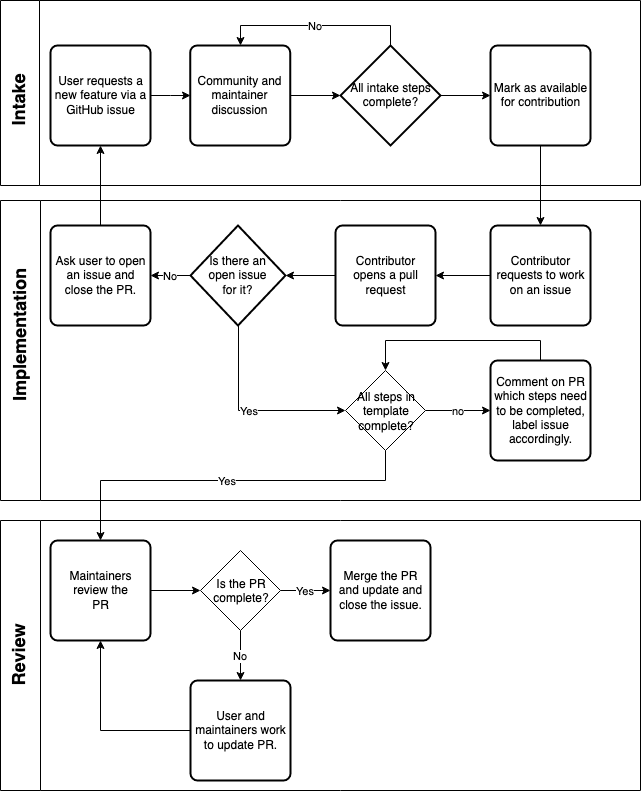
Above: proposals/contrib-guide-high-level.png in kdaily/aws-cli (draw.io), before the change. Source tidied: cells renumbered, new cells last; positions are measured from the earlier drawing's top-left corner, leaving out a move shared by most shapes.
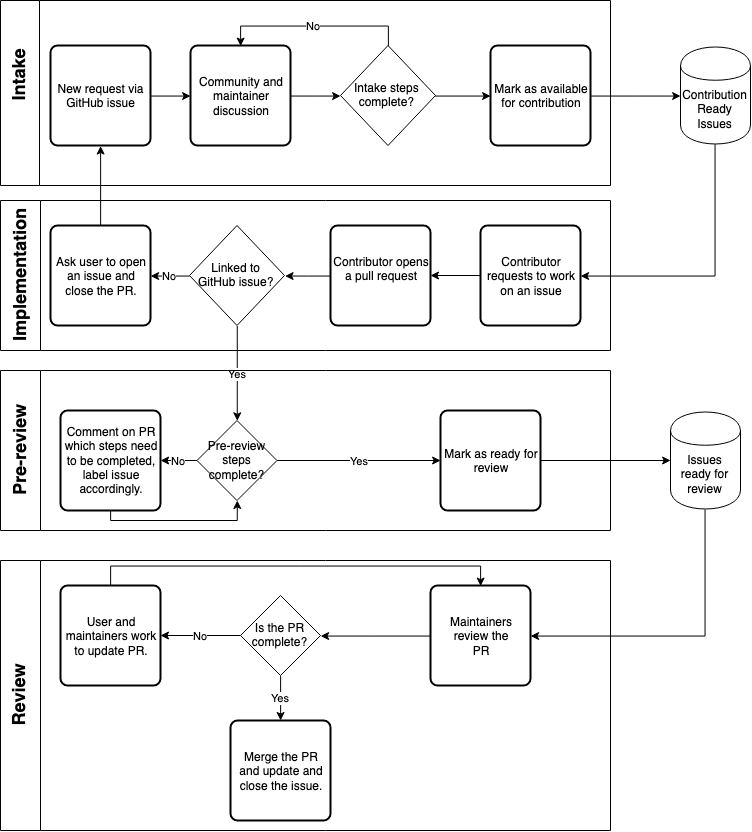
Above is the later version.

Commit message:
add figure with swim lane concept

Diff of the diagram source:
```diff
@@ -8,120 +8,149 @@
       </mxGeometry>
     </mxCell>
     <mxCell id="3" style="swimlane;startSize=39;direction=north;" parent="1" vertex="1">
-      <mxGeometry width="640" height="185" as="geometry" />
+      <mxGeometry width="610" height="185" as="geometry" />
     </mxCell>
-    <mxCell id="4" value="&lt;font style=&quot;font-size: 18px&quot;&gt;&lt;b&gt;Intake&lt;/b&gt;&lt;/font&gt;" style="text;html=1;strokeColor=none;fillColor=none;align=center;verticalAlign=middle;whiteSpace=wrap;rounded=0;rotation=-90;" parent="3" vertex="1">
-      <mxGeometry y="90" width="40" height="20" as="geometry" />
-    </mxCell>
-    <mxCell id="5" value="User requests a new feature via a GitHub issue" style="rounded=1;whiteSpace=wrap;html=1;absoluteArcSize=1;arcSize=14;strokeWidth=2;" parent="3" vertex="1">
-      <mxGeometry x="50" y="45" width="100" height="100" as="geometry" />
-    </mxCell>
+    <mxCell id="40" value="&lt;div&gt;Intake steps&lt;/div&gt;&lt;div&gt;complete?&lt;/div&gt;" style="shape=rhombus;html=1;dashed=0;whitespace=wrap;perimeter=rhombusPerimeter;" parent="3" vertex="1">
+      <mxGeometry x="340" y="45" width="95" height="100" as="geometry" />
+    </mxCell>
     <mxCell id="6" value="Community and maintainer discussion" style="rounded=1;whiteSpace=wrap;html=1;absoluteArcSize=1;arcSize=14;strokeWidth=2;" parent="3" vertex="1">
-      <mxGeometry x="189.7" y="45" width="100" height="100" as="geometry" />
+      <mxGeometry x="190" y="45" width="100" height="100" as="geometry" />
     </mxCell>
-    <mxCell id="7" style="edgeStyle=orthogonalEdgeStyle;rounded=0;jettySize=auto;html=1;exitX=1;exitY=0.5;exitDx=0;exitDy=0;entryX=0;entryY=0.5;entryDx=0;entryDy=0;" parent="3" edge="1" source="5" target="6">
-      <mxGeometry relative="1" as="geometry" />
-    </mxCell>
-    <mxCell id="8" value="No" style="edgeStyle=orthogonalEdgeStyle;rounded=0;jettySize=auto;html=1;exitX=0.5;exitY=0;exitDx=0;exitDy=0;exitPerimeter=0;entryX=0.5;entryY=0;entryDx=0;entryDy=0;" parent="3" edge="1" source="10" target="6">
+    <mxCell id="8" value="No" style="edgeStyle=orthogonalEdgeStyle;rounded=0;jettySize=auto;html=1;entryX=0.5;entryY=0;entryDx=0;entryDy=0;exitX=0.5;exitY=0;exitDx=0;exitDy=0;" parent="3" edge="1" source="40" target="6">
       <mxGeometry relative="1" as="geometry" />
     </mxCell>
-    <mxCell id="9" style="edgeStyle=orthogonalEdgeStyle;rounded=0;jettySize=auto;html=1;entryX=0;entryY=0.5;entryDx=0;entryDy=0;" parent="3" edge="1" source="10" target="12">
-      <mxGeometry relative="1" as="geometry" />
-    </mxCell>
-    <mxCell id="10" value="All intake steps complete?" style="strokeWidth=2;html=1;shape=mxgraph.flowchart.decision;whiteSpace=wrap;" parent="3" vertex="1">
-      <mxGeometry x="340" y="45" width="100" height="100" as="geometry" />
-    </mxCell>
-    <mxCell id="11" style="edgeStyle=orthogonalEdgeStyle;rounded=0;jettySize=auto;html=1;entryX=0;entryY=0.5;entryDx=0;entryDy=0;entryPerimeter=0;" parent="3" edge="1" source="6" target="10">
+    <mxCell id="11" style="edgeStyle=orthogonalEdgeStyle;rounded=0;jettySize=auto;html=1;entryX=0;entryY=0.5;entryDx=0;entryDy=0;" parent="3" edge="1" source="6" target="40">
       <mxGeometry relative="1" as="geometry" />
     </mxCell>
-    <mxCell id="12" value="Mark as available for contribution" style="rounded=1;whiteSpace=wrap;html=1;absoluteArcSize=1;arcSize=14;strokeWidth=2;" parent="3" vertex="1">
-      <mxGeometry x="490" y="45" width="100" height="100" as="geometry" />
-    </mxCell>
     <mxCell id="13" style="swimlane;startSize=40;direction=north;" parent="1" vertex="1">
-      <mxGeometry y="200" width="640" height="300" as="geometry" />
+      <mxGeometry y="200" width="610" height="150" as="geometry" />
     </mxCell>
     <mxCell id="14" value="&lt;font style=&quot;font-size: 18px&quot;&gt;&lt;b&gt;Implementation&lt;/b&gt;&lt;/font&gt;" style="text;html=1;strokeColor=none;fillColor=none;align=center;verticalAlign=middle;whiteSpace=wrap;rounded=0;rotation=-90;" parent="13" vertex="1">
-      <mxGeometry y="125" width="40" height="20" as="geometry" />
+      <mxGeometry y="65" width="40" height="20" as="geometry" />
     </mxCell>
-    <mxCell id="15" value="&lt;div&gt;Yes&lt;/div&gt;" style="edgeStyle=orthogonalEdgeStyle;rounded=0;jettySize=auto;html=1;entryX=0;entryY=0.5;entryDx=0;entryDy=0;exitX=0.5;exitY=1;exitDx=0;exitDy=0;exitPerimeter=0;" parent="13" edge="1" source="16" target="26">
-      <mxGeometry relative="1" as="geometry" />
-    </mxCell>
-    <mxCell id="16" value="&lt;div&gt;Is there an&lt;/div&gt;&lt;div&gt;open issue&lt;/div&gt;&lt;div&gt;for it?&lt;/div&gt;" style="strokeWidth=2;html=1;shape=mxgraph.flowchart.decision;whiteSpace=wrap;" parent="13" vertex="1">
-      <mxGeometry x="190" y="25" width="95" height="100" as="geometry" />
-    </mxCell>
+    <mxCell id="41" value="&lt;div&gt;Linked to&lt;/div&gt;&lt;div&gt;GitHub issue?&lt;/div&gt;" style="shape=rhombus;html=1;dashed=0;whitespace=wrap;perimeter=rhombusPerimeter;" parent="13" vertex="1">
+      <mxGeometry x="189" y="25" width="95" height="100" as="geometry" />
+    </mxCell>
+    <mxCell id="18" value="Contributor requests to work on an issue" style="rounded=1;whiteSpace=wrap;html=1;absoluteArcSize=1;arcSize=14;strokeWidth=2;" parent="13" vertex="1">
+      <mxGeometry x="480" y="25" width="100" height="100" as="geometry" />
+    </mxCell>
+    <mxCell id="20" value="Contributor opens a pull request" style="rounded=1;whiteSpace=wrap;html=1;absoluteArcSize=1;arcSize=14;strokeWidth=2;" parent="13" vertex="1">
+      <mxGeometry x="330" y="25" width="100" height="100" as="geometry" />
+    </mxCell>
     <mxCell id="17" style="edgeStyle=orthogonalEdgeStyle;rounded=0;jettySize=auto;html=1;" parent="13" edge="1" source="18" target="20">
       <mxGeometry relative="1" as="geometry" />
     </mxCell>
-    <mxCell id="18" value="Contributor requests to work on an issue" style="rounded=1;whiteSpace=wrap;html=1;absoluteArcSize=1;arcSize=14;strokeWidth=2;" parent="13" vertex="1">
-      <mxGeometry x="490" y="25" width="100" height="100" as="geometry" />
-    </mxCell>
-    <mxCell id="19" style="edgeStyle=orthogonalEdgeStyle;rounded=0;jettySize=auto;html=1;entryX=1;entryY=0.5;entryDx=0;entryDy=0;entryPerimeter=0;" parent="13" edge="1" source="20" target="16">
+    <mxCell id="19" style="edgeStyle=orthogonalEdgeStyle;rounded=0;jettySize=auto;html=1;entryX=1;entryY=0.5;entryDx=0;entryDy=0;" parent="13" edge="1" source="20" target="41">
       <mxGeometry relative="1" as="geometry" />
     </mxCell>
-    <mxCell id="20" value="Contributor opens a pull request" style="rounded=1;whiteSpace=wrap;html=1;absoluteArcSize=1;arcSize=14;strokeWidth=2;" parent="13" vertex="1">
-      <mxGeometry x="335" y="25" width="100" height="100" as="geometry" />
-    </mxCell>
-    <mxCell id="21" style="edgeStyle=orthogonalEdgeStyle;rounded=0;jettySize=auto;html=1;exitX=0.5;exitY=0;exitDx=0;exitDy=0;entryX=0.5;entryY=0;entryDx=0;entryDy=0;" parent="13" edge="1" source="22" target="26">
-      <mxGeometry relative="1" as="geometry" />
-    </mxCell>
-    <mxCell id="22" value="Comment on PR which steps need to be completed, label issue accordingly." style="rounded=1;whiteSpace=wrap;html=1;absoluteArcSize=1;arcSize=14;strokeWidth=2;" parent="13" vertex="1">
-      <mxGeometry x="490" y="160" width="100" height="100" as="geometry" />
-    </mxCell>
-    <mxCell id="23" value="no" style="edgeStyle=orthogonalEdgeStyle;rounded=0;jettySize=auto;html=1;entryX=0;entryY=0.5;entryDx=0;entryDy=0;exitX=1;exitY=0.5;exitDx=0;exitDy=0;" parent="13" edge="1" source="26" target="22">
-      <mxGeometry relative="1" as="geometry" />
-    </mxCell>
-    <mxCell id="24" value="Ask user to open an issue and close the PR. " style="rounded=1;whiteSpace=wrap;html=1;absoluteArcSize=1;arcSize=14;strokeWidth=2;" parent="13" vertex="1">
-      <mxGeometry x="50" y="25" width="100" height="100" as="geometry" />
-    </mxCell>
-    <mxCell id="25" value="No" style="edgeStyle=orthogonalEdgeStyle;rounded=0;jettySize=auto;html=1;exitX=0;exitY=0.5;exitDx=0;exitDy=0;exitPerimeter=0;entryX=1;entryY=0.5;entryDx=0;entryDy=0;" parent="13" edge="1" source="16" target="24">
-      <mxGeometry relative="1" as="geometry" />
-    </mxCell>
-    <mxCell id="26" value="All steps in template complete?" style="rhombus;whiteSpace=wrap;html=1;" parent="13" vertex="1">
-      <mxGeometry x="345" y="170" width="80" height="80" as="geometry" />
-    </mxCell>
     <mxCell id="27" style="swimlane;startSize=40;direction=north;" parent="1" vertex="1">
-      <mxGeometry y="520" width="640" height="270" as="geometry" />
+      <mxGeometry y="560" width="610" height="270" as="geometry" />
     </mxCell>
     <mxCell id="28" value="&lt;font style=&quot;font-size: 18px&quot;&gt;&lt;b&gt;Review&lt;/b&gt;&lt;/font&gt;" style="text;html=1;strokeColor=none;fillColor=none;align=center;verticalAlign=middle;whiteSpace=wrap;rounded=0;rotation=-90;" parent="27" vertex="1">
       <mxGeometry y="125" width="40" height="20" as="geometry" />
     </mxCell>
-    <mxCell id="29" style="edgeStyle=orthogonalEdgeStyle;rounded=0;jettySize=auto;html=1;entryX=0;entryY=0.5;entryDx=0;entryDy=0;" parent="27" edge="1" source="30" target="36">
+    <mxCell id="29" style="edgeStyle=orthogonalEdgeStyle;rounded=0;jettySize=auto;html=1;entryX=1;entryY=0.5;entryDx=0;entryDy=0;" parent="27" edge="1" source="30" target="36">
       <mxGeometry relative="1" as="geometry" />
     </mxCell>
     <mxCell id="30" value="&lt;div&gt;Maintainers review the&lt;/div&gt;&lt;div&gt;PR&lt;br&gt;&lt;/div&gt;" style="rounded=1;whiteSpace=wrap;html=1;absoluteArcSize=1;arcSize=14;strokeWidth=2;" parent="27" vertex="1">
-      <mxGeometry x="50" y="20" width="100" height="100" as="geometry" />
+      <mxGeometry x="430" y="25" width="100" height="100" as="geometry" />
     </mxCell>
-    <mxCell id="31" value="Yes" style="edgeStyle=orthogonalEdgeStyle;rounded=0;jettySize=auto;html=1;entryX=0;entryY=0.5;entryDx=0;entryDy=0;exitX=1;exitY=0.5;exitDx=0;exitDy=0;" parent="27" edge="1" source="36" target="34">
+    <mxCell id="31" value="Yes" style="edgeStyle=orthogonalEdgeStyle;rounded=0;jettySize=auto;html=1;entryX=0.5;entryY=0;entryDx=0;entryDy=0;exitX=0.5;exitY=1;exitDx=0;exitDy=0;" parent="27" edge="1" source="36" target="34">
       <mxGeometry relative="1" as="geometry" />
     </mxCell>
-    <mxCell id="32" style="edgeStyle=orthogonalEdgeStyle;rounded=0;jettySize=auto;html=1;entryX=0.5;entryY=1;entryDx=0;entryDy=0;exitX=0;exitY=0.5;exitDx=0;exitDy=0;" parent="27" edge="1" source="33" target="30">
-      <mxGeometry relative="1" as="geometry" />
+    <mxCell id="32" style="edgeStyle=orthogonalEdgeStyle;rounded=0;jettySize=auto;html=1;entryX=0.5;entryY=0;entryDx=0;entryDy=0;exitX=0.5;exitY=0;exitDx=0;exitDy=0;" parent="27" edge="1" source="33" target="30">
+      <mxGeometry relative="1" as="geometry">
+        <Array as="points">
+          <mxPoint x="300" y="5" />
+          <mxPoint x="660" y="5" />
+        </Array>
+      </mxGeometry>
     </mxCell>
     <mxCell id="33" value="User and maintainers work to update PR." style="rounded=1;whiteSpace=wrap;html=1;absoluteArcSize=1;arcSize=14;strokeWidth=2;" parent="27" vertex="1">
-      <mxGeometry x="190" y="160" width="100" height="100" as="geometry" />
+      <mxGeometry x="60" y="25" width="100" height="100" as="geometry" />
     </mxCell>
     <mxCell id="34" value="Merge the PR and update and close the issue." style="rounded=1;whiteSpace=wrap;html=1;absoluteArcSize=1;arcSize=14;strokeWidth=2;" parent="27" vertex="1">
-      <mxGeometry x="330" y="20" width="100" height="100" as="geometry" />
+      <mxGeometry x="230" y="160" width="100" height="100" as="geometry" />
     </mxCell>
-    <mxCell id="35" value="No" style="edgeStyle=orthogonalEdgeStyle;rounded=0;jettySize=auto;html=1;entryX=0.5;entryY=0;entryDx=0;entryDy=0;" parent="27" edge="1" source="36" target="33">
+    <mxCell id="35" value="No" style="edgeStyle=orthogonalEdgeStyle;rounded=0;jettySize=auto;html=1;" parent="27" edge="1" source="36" target="33">
       <mxGeometry relative="1" as="geometry" />
     </mxCell>
     <mxCell id="36" value="Is the PR complete?" style="rhombus;whiteSpace=wrap;html=1;" parent="27" vertex="1">
-      <mxGeometry x="200" y="30" width="80" height="80" as="geometry" />
+      <mxGeometry x="240" y="35" width="80" height="80" as="geometry" />
     </mxCell>
     <mxCell id="37" style="edgeStyle=orthogonalEdgeStyle;rounded=0;jettySize=auto;html=1;exitX=0.5;exitY=0;exitDx=0;exitDy=0;entryX=0.5;entryY=1;entryDx=0;entryDy=0;" parent="1" edge="1" source="24" target="5">
       <mxGeometry relative="1" as="geometry" />
     </mxCell>
-    <mxCell id="38" style="edgeStyle=orthogonalEdgeStyle;rounded=0;jettySize=auto;html=1;entryX=0.5;entryY=0;entryDx=0;entryDy=0;" parent="1" edge="1" source="12" target="18">
-      <mxGeometry relative="1" as="geometry" />
-    </mxCell>
+    <mxCell id="15" value="&lt;div&gt;Yes&lt;/div&gt;" style="edgeStyle=orthogonalEdgeStyle;rounded=0;jettySize=auto;html=1;exitX=0.5;exitY=1;exitDx=0;exitDy=0;" parent="1" edge="1" source="41" target="26">
+      <mxGeometry relative="1" as="geometry" />
+    </mxCell>
+    <mxCell id="24" value="Ask user to open an issue and close the PR. " style="rounded=1;whiteSpace=wrap;html=1;absoluteArcSize=1;arcSize=14;strokeWidth=2;" parent="1" vertex="1">
+      <mxGeometry x="50" y="225" width="100" height="100" as="geometry" />
+    </mxCell>
+    <mxCell id="25" value="No" style="edgeStyle=orthogonalEdgeStyle;rounded=0;jettySize=auto;html=1;exitX=0;exitY=0.5;exitDx=0;exitDy=0;entryX=1;entryY=0.5;entryDx=0;entryDy=0;" parent="1" edge="1" source="41" target="24">
+      <mxGeometry relative="1" as="geometry" />
+    </mxCell>
+    <mxCell id="42" style="swimlane;startSize=40;direction=north;" parent="1" vertex="1">
+      <mxGeometry y="370" width="610" height="160" as="geometry" />
+    </mxCell>
+    <mxCell id="43" value="&lt;font style=&quot;font-size: 18px&quot;&gt;&lt;b&gt;Pre-review&lt;/b&gt;&lt;/font&gt;" style="text;html=1;strokeColor=none;fillColor=none;align=center;verticalAlign=middle;whiteSpace=wrap;rounded=0;rotation=-90;" parent="42" vertex="1">
+      <mxGeometry x="-62.5" y="70" width="165" height="20" as="geometry" />
+    </mxCell>
+    <mxCell id="21" style="edgeStyle=orthogonalEdgeStyle;rounded=0;jettySize=auto;html=1;entryX=0.5;entryY=1;entryDx=0;entryDy=0;exitX=0.5;exitY=1;exitDx=0;exitDy=0;" parent="42" edge="1" source="22" target="26">
+      <mxGeometry relative="1" as="geometry">
+        <Array as="points">
+          <mxPoint x="110" y="150" />
+          <mxPoint x="237" y="150" />
+        </Array>
+      </mxGeometry>
+    </mxCell>
+    <mxCell id="22" value="Comment on PR which steps need to be completed, label issue accordingly." style="rounded=1;whiteSpace=wrap;html=1;absoluteArcSize=1;arcSize=14;strokeWidth=2;" parent="42" vertex="1">
+      <mxGeometry x="60" y="40" width="100" height="100" as="geometry" />
+    </mxCell>
+    <mxCell id="23" value="No" style="edgeStyle=orthogonalEdgeStyle;rounded=0;jettySize=auto;html=1;entryX=1;entryY=0.5;entryDx=0;entryDy=0;exitX=0;exitY=0.5;exitDx=0;exitDy=0;" parent="42" edge="1" source="26" target="22">
+      <mxGeometry relative="1" as="geometry" />
+    </mxCell>
+    <mxCell id="26" value="Pre-review steps complete?" style="rhombus;whiteSpace=wrap;html=1;" parent="42" vertex="1">
+      <mxGeometry x="196.5" y="50" width="80" height="80" as="geometry" />
+    </mxCell>
+    <mxCell id="44" style="edgeStyle=orthogonalEdgeStyle;rounded=0;jettySize=auto;html=1;entryX=1;entryY=0.5;entryDx=0;entryDy=0;exitX=0.5;exitY=1;exitDx=0;exitDy=0;" parent="1" edge="1" source="50" target="18">
+      <mxGeometry relative="1" as="geometry" />
+    </mxCell>
+    <mxCell id="4" value="&lt;font style=&quot;font-size: 18px&quot;&gt;&lt;b&gt;Intake&lt;/b&gt;&lt;/font&gt;" style="text;html=1;strokeColor=none;fillColor=none;align=center;verticalAlign=middle;whiteSpace=wrap;rounded=0;rotation=-90;" parent="1" vertex="1">
+      <mxGeometry x="-25" y="65" width="90" height="20" as="geometry" />
+    </mxCell>
+    <mxCell id="5" value="&lt;div&gt;New request via&lt;/div&gt;&lt;div&gt; GitHub issue&lt;/div&gt;" style="rounded=1;whiteSpace=wrap;html=1;absoluteArcSize=1;arcSize=14;strokeWidth=2;" parent="1" vertex="1">
+      <mxGeometry x="50" y="45" width="100" height="100" as="geometry" />
+    </mxCell>
+    <mxCell id="7" style="edgeStyle=orthogonalEdgeStyle;rounded=0;jettySize=auto;html=1;exitX=1;exitY=0.5;exitDx=0;exitDy=0;entryX=0;entryY=0.5;entryDx=0;entryDy=0;" parent="1" edge="1" source="5" target="6">
+      <mxGeometry relative="1" as="geometry" />
+    </mxCell>
+    <mxCell id="9" style="edgeStyle=orthogonalEdgeStyle;rounded=0;jettySize=auto;html=1;entryX=0;entryY=0.5;entryDx=0;entryDy=0;exitX=1;exitY=0.5;exitDx=0;exitDy=0;" parent="1" edge="1" source="40" target="12">
+      <mxGeometry relative="1" as="geometry" />
+    </mxCell>
-    <mxCell id="39" value="Yes" style="edgeStyle=orthogonalEdgeStyle;rounded=0;jettySize=auto;html=1;entryX=0.5;entryY=0;entryDx=0;entryDy=0;exitX=0.5;exitY=1;exitDx=0;exitDy=0;" parent="1" edge="1" source="26" target="30">
-      <mxGeometry relative="1" as="geometry">
-        <Array as="points">
-          <mxPoint x="385" y="480" />
-          <mxPoint x="100" y="480" />
-        </Array>
-      </mxGeometry>
+    <mxCell id="39" value="Yes" style="edgeStyle=orthogonalEdgeStyle;rounded=0;jettySize=auto;html=1;entryX=0;entryY=0.5;entryDx=0;entryDy=0;" parent="1" edge="1" source="26" target="46">
+      <mxGeometry relative="1" as="geometry" />
     </mxCell>
+    <mxCell id="45" style="edgeStyle=orthogonalEdgeStyle;rounded=0;jettySize=auto;html=1;entryX=1;entryY=0.5;entryDx=0;entryDy=0;exitX=0.5;exitY=1;exitDx=0;exitDy=0;" parent="1" edge="1" source="48" target="30">
+      <mxGeometry relative="1" as="geometry" />
+    </mxCell>
+    <mxCell id="46" value="Mark as ready for review" style="rounded=1;whiteSpace=wrap;html=1;absoluteArcSize=1;arcSize=14;strokeWidth=2;" parent="1" vertex="1">
+      <mxGeometry x="440" y="410" width="100" height="100" as="geometry" />
+    </mxCell>
+    <mxCell id="47" style="edgeStyle=orthogonalEdgeStyle;rounded=0;jettySize=auto;html=1;entryX=0;entryY=0.5;entryDx=0;entryDy=0;" parent="1" edge="1" source="46" target="48">
+      <mxGeometry relative="1" as="geometry" />
+    </mxCell>
+    <mxCell id="48" value="Issues ready for review" style="shape=cylinder;whiteSpace=wrap;html=1;boundedLbl=1;backgroundOutline=1;" parent="1" vertex="1">
+      <mxGeometry x="670" y="411.5" width="70" height="97" as="geometry" />
+    </mxCell>
+    <mxCell id="12" value="Mark as available for contribution" style="rounded=1;whiteSpace=wrap;html=1;absoluteArcSize=1;arcSize=14;strokeWidth=2;" parent="1" vertex="1">
+      <mxGeometry x="490" y="45" width="100" height="100" as="geometry" />
+    </mxCell>
+    <mxCell id="49" style="edgeStyle=orthogonalEdgeStyle;rounded=0;jettySize=auto;html=1;entryX=0;entryY=0.5;entryDx=0;entryDy=0;" parent="1" edge="1" source="12" target="50">
+      <mxGeometry relative="1" as="geometry" />
+    </mxCell>
+    <mxCell id="50" value="Contribution Ready Issues" style="shape=cylinder;whiteSpace=wrap;html=1;boundedLbl=1;backgroundOutline=1;" parent="1" vertex="1">
+      <mxGeometry x="680" y="46.5" width="70" height="97" as="geometry" />
+    </mxCell>
   </root>
 </mxGraphModel>
```
